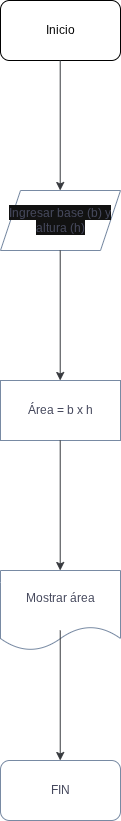
This is Ejercicio_2_Lucas.drawio.png from lucri1384/Pensamiento-computacional, a draw.io export, as it was before one commit. Source tidied: cells renumbered, new cells last; positions are measured from the earlier drawing's top-left corner, leaving out a move shared by most shapes.
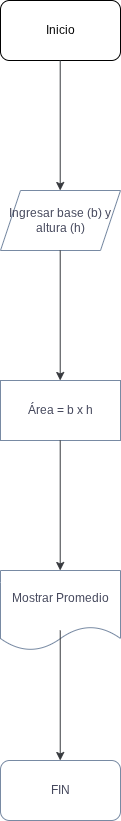
Above is the later version.

Diff of the diagram source:
```diff
@@ -11,7 +11,7 @@
         <mxPoint x="59.7" y="190" as="targetPoint" />
       </mxGeometry>
     </mxCell>
-    <mxCell id="4" value="&lt;span style=&quot;background-color: rgb(18, 18, 18);&quot;&gt;Ingresar base (b) y altura (h)&lt;/span&gt;" style="shape=parallelogram;perimeter=parallelogramPerimeter;whiteSpace=wrap;html=1;fixedSize=1;strokeColor=#788AA3;fontColor=#46495D;fillColor=default;" parent="1" vertex="1">
+    <mxCell id="4" value="&lt;span&gt;Ingresar base (b) y altura (h)&lt;/span&gt;" style="shape=parallelogram;perimeter=parallelogramPerimeter;whiteSpace=wrap;html=1;fixedSize=1;strokeColor=#788AA3;fontColor=#46495D;fillColor=default;" parent="1" vertex="1">
       <mxGeometry y="190" width="120" height="60" as="geometry" />
     </mxCell>
     <mxCell id="5" style="endArrow=classic;html=1;rounded=0;fontColor=#46495D;fillColor=#eeeeee;strokeColor=light-dark(#36393d, #000000);" parent="1" edge="1">
@@ -29,7 +29,7 @@
         <mxPoint x="59.7" y="570" as="targetPoint" />
       </mxGeometry>
     </mxCell>
-    <mxCell id="8" value="Mostrar área" style="shape=document;whiteSpace=wrap;html=1;boundedLbl=1;strokeColor=#788AA3;fontColor=#46495D;fillColor=default;" parent="1" vertex="1">
+    <mxCell id="8" value="Mostrar Promedio" style="shape=document;whiteSpace=wrap;html=1;boundedLbl=1;strokeColor=#788AA3;fontColor=#46495D;fillColor=default;" parent="1" vertex="1">
       <mxGeometry y="570" width="120" height="80" as="geometry" />
     </mxCell>
     <mxCell id="9" value="FIN" style="rounded=1;whiteSpace=wrap;html=1;strokeColor=#788AA3;fontColor=#46495D;fillColor=default;" parent="1" vertex="1">
```
